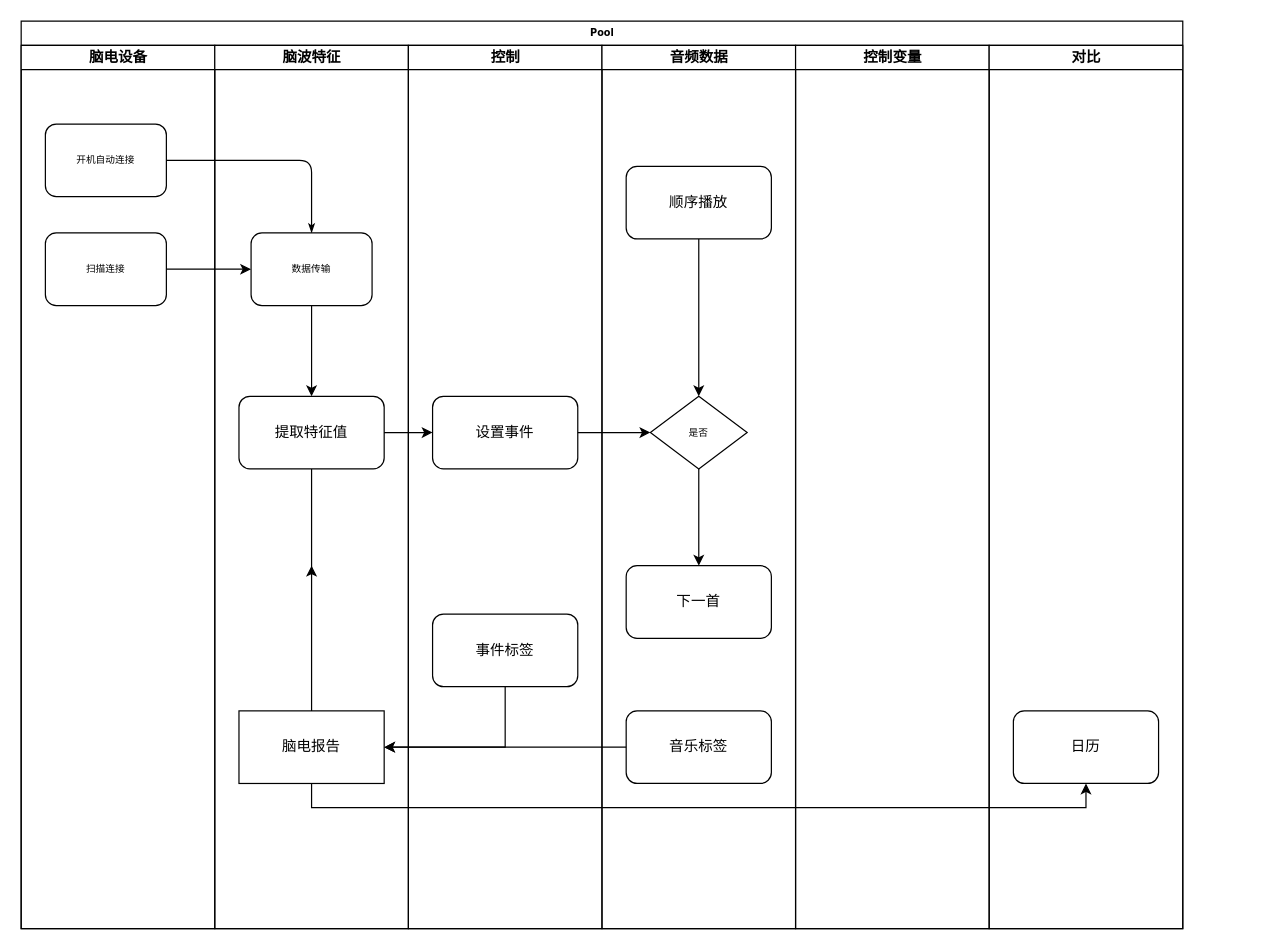
Above: Untitled Diagram.drawio in YellowDragonLive/500lines (draw.io), before the change. Source tidied: cells renumbered, new cells numbered last; positions are measured from the earlier drawing's top-left corner, leaving out a move shared by most shapes. Both pictures are drawn from the tidied source at 121%, with x=0, y=0 at pixel (21, 21).
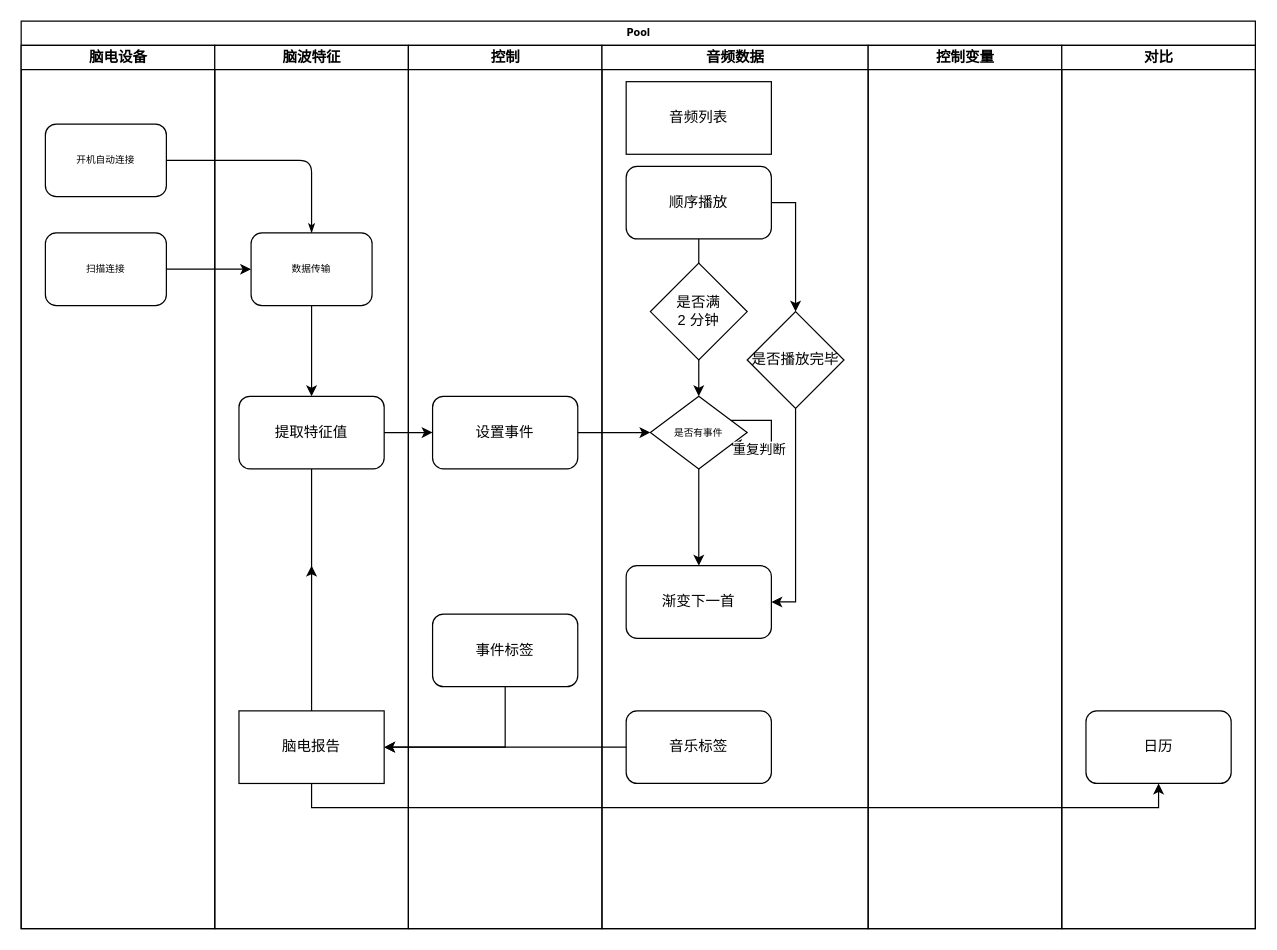
Above is the later version.

Unchanged cells that the change refers to:
```xml
<mxCell id="17" value="顺序播放" style="rounded=1;whiteSpace=wrap;html=1;" parent="14" vertex="1">
  <mxGeometry x="20" y="100" width="120" height="60" as="geometry" />
</mxCell>
```

The edit, as a diff of the source:
```diff
@@
     <mxCell id="2" value="Pool" style="swimlane;html=1;startSize=20;rounded=0;shadow=0;labelBackgroundColor=none;strokeWidth=1;fontFamily=Verdana;fontSize=8;align=center;" parent="1" vertex="1">
-      <mxGeometry width="960" height="750" as="geometry" />
+      <mxGeometry width="1020" height="750" as="geometry" />
     </mxCell>
@@
     <mxCell id="14" value="音频数据" style="swimlane;html=1;startSize=20;" parent="2" vertex="1">
-      <mxGeometry x="480" y="20" width="160" height="730" as="geometry" />
+      <mxGeometry x="480" y="20" width="220" height="730" as="geometry" />
     </mxCell>
-    <mxCell id="15" value="是否" style="rhombus;whiteSpace=wrap;html=1;rounded=0;shadow=0;labelBackgroundColor=none;strokeWidth=1;fontFamily=Verdana;fontSize=8;align=center;" parent="14" vertex="1">
+    <mxCell id="15" value="是否有事件" style="rhombus;whiteSpace=wrap;html=1;rounded=0;shadow=0;labelBackgroundColor=none;strokeWidth=1;fontFamily=Verdana;fontSize=8;align=center;" parent="14" vertex="1">
       <mxGeometry x="40" y="290" width="80" height="60" as="geometry" />
     </mxCell>
@@
+    <mxCell id="32" style="edgeStyle=orthogonalEdgeStyle;rounded=0;jettySize=auto;html=1;exitX=1;exitY=0.5;exitDx=0;exitDy=0;entryX=0.5;entryY=0;entryDx=0;entryDy=0;" parent="14" edge="1" source="17" target="37">
+      <mxGeometry relative="1" as="geometry" />
+    </mxCell>
@@
-    <mxCell id="18" value="下一首" style="rounded=1;whiteSpace=wrap;html=1;" parent="14" vertex="1">
+    <mxCell id="18" value="渐变下一首" style="rounded=1;whiteSpace=wrap;html=1;" parent="14" vertex="1">
       <mxGeometry x="20" y="430" width="120" height="60" as="geometry" />
     </mxCell>
@@
+    <mxCell id="33" style="edgeStyle=orthogonalEdgeStyle;rounded=0;orthogonalLoop=1;jettySize=auto;html=1;" parent="14" edge="1" source="15" target="15">
+      <mxGeometry relative="1" as="geometry" />
+    </mxCell>
+    <mxCell id="34" value="重复判断&lt;br&gt;" style="edgeLabel;html=1;align=center;verticalAlign=middle;" parent="33" vertex="1">
+      <mxGeometry x="0.47" y="3" relative="1" as="geometry" />
+    </mxCell>
+    <mxCell id="35" value="音频列表" style="rounded=0;whiteSpace=wrap;html=1;" parent="14" vertex="1">
+      <mxGeometry x="20" y="30" width="120" height="60" as="geometry" />
+    </mxCell>
+    <mxCell id="36" style="edgeStyle=orthogonalEdgeStyle;rounded=0;jettySize=auto;html=1;exitX=0.5;exitY=1;exitDx=0;exitDy=0;entryX=1;entryY=0.5;entryDx=0;entryDy=0;" parent="14" edge="1" source="37" target="18">
+      <mxGeometry relative="1" as="geometry" />
+    </mxCell>
+    <mxCell id="37" value="是否播放完毕" style="rhombus;whiteSpace=wrap;html=1;" parent="14" vertex="1">
+      <mxGeometry x="120" y="220" width="80" height="80" as="geometry" />
+    </mxCell>
+    <mxCell id="38" value="是否满 &lt;br&gt;2 分钟" style="rhombus;whiteSpace=wrap;html=1;" parent="14" vertex="1">
+      <mxGeometry x="40" y="180" width="80" height="80" as="geometry" />
+    </mxCell>
     <mxCell id="20" value="控制变量" style="swimlane;html=1;startSize=20;" parent="2" vertex="1">
-      <mxGeometry x="640" y="20" width="160" height="730" as="geometry" />
+      <mxGeometry x="700" y="20" width="160" height="730" as="geometry" />
     </mxCell>
     <mxCell id="21" value="对比" style="swimlane;html=1;startSize=20;" parent="2" vertex="1">
-      <mxGeometry x="800" y="20" width="160" height="730" as="geometry" />
+      <mxGeometry x="860" y="20" width="160" height="730" as="geometry" />
     </mxCell>
```
